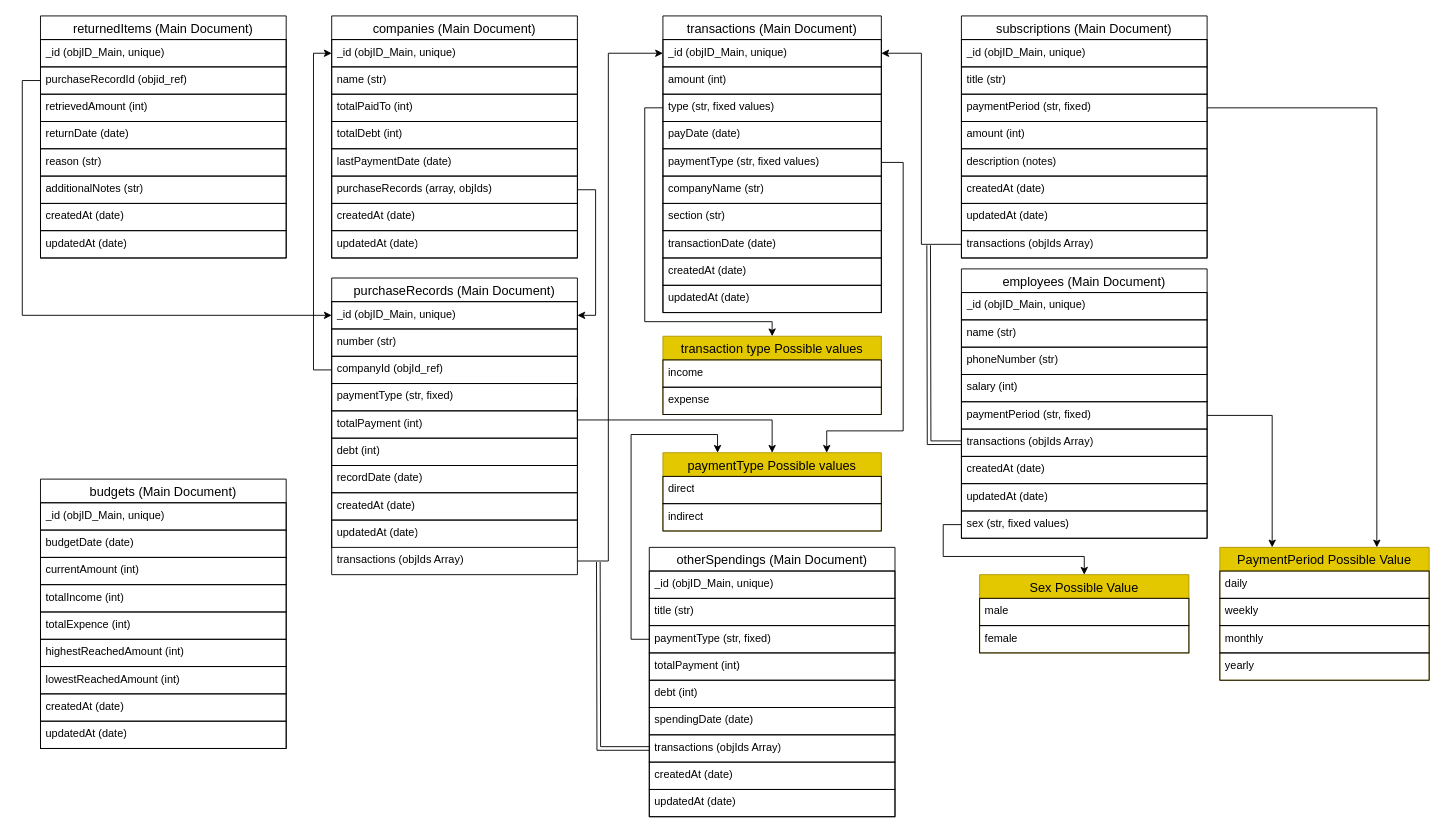
alifaisal101/shop-finances-manager keeps this draw.io diagram as docs/db.design.drawio. Above is the earlier version. Source tidied: cells renumbered, new cells numbered last; positions are measured from the earlier drawing's top-left corner, leaving out a move shared by most shapes. Both pictures are drawn from the tidied source at 91%, with x=0, y=0 at pixel (40, 15).
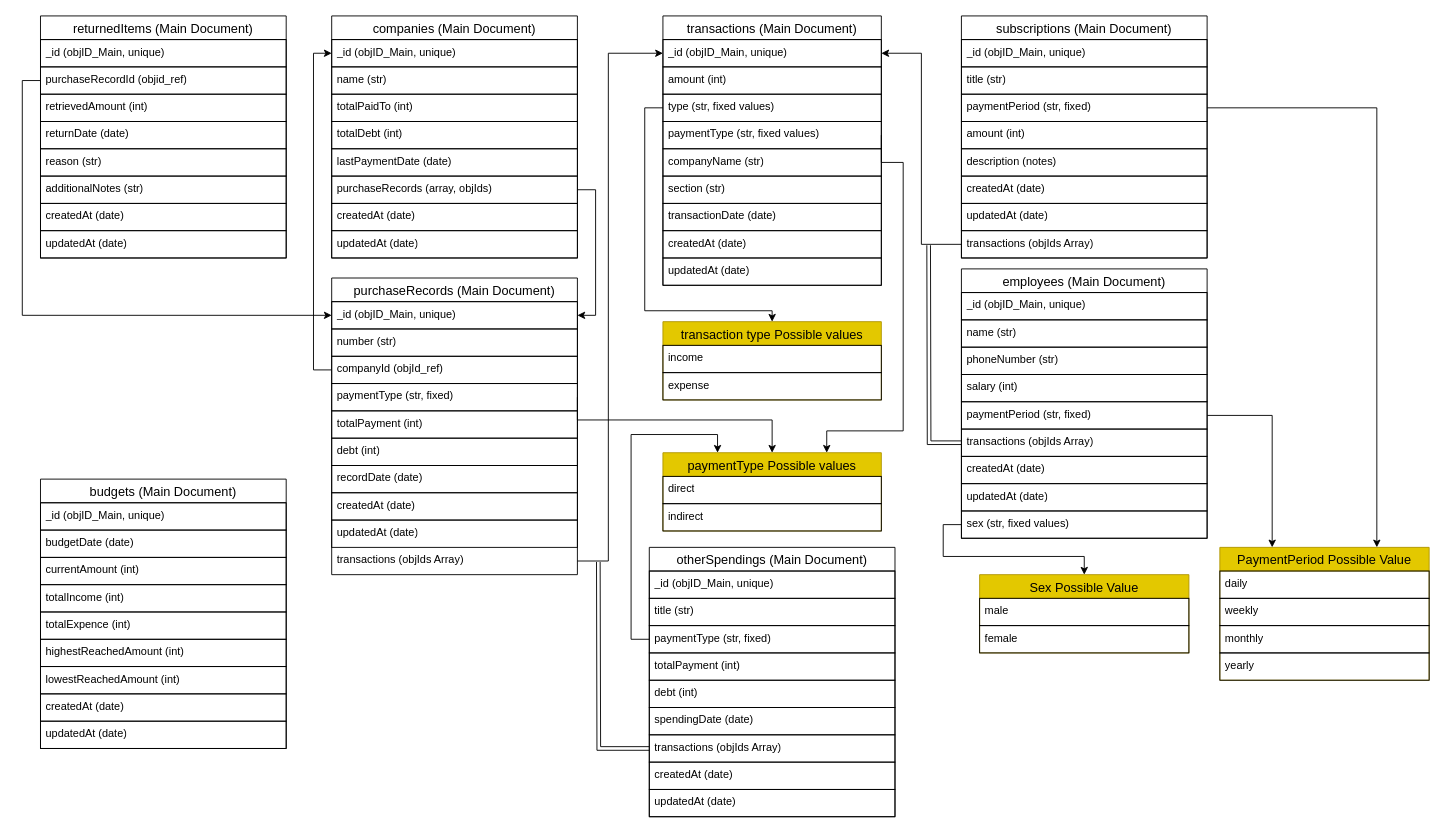
After the change.

Unchanged cells that the change refers to:
```xml
<mxCell id="16" value="type (str, fixed values)" style="text;strokeColor=default;fillColor=none;spacingLeft=4;spacingRight=4;overflow=hidden;points=[[0,0.5],[1,0.5]];portConstraint=eastwest;fontSize=12;whiteSpace=wrap;html=1;" parent="13" vertex="1">
  <mxGeometry y="86" width="240" height="30" as="geometry" />
</mxCell>
```

The edit, as a diff of the source:
```diff
@@
     <mxCell id="13" value="transactions (Main Document)" style="swimlane;fontStyle=0;horizontal=1;startSize=26;align=center;fontSize=14;" parent="1" vertex="1">
-      <mxGeometry x="684" width="240" height="326" as="geometry" />
+      <mxGeometry x="684" width="240" height="296" as="geometry" />
     </mxCell>
@@
-    <mxCell id="17" value="payDate (date)" style="text;strokeColor=default;fillColor=none;spacingLeft=4;spacingRight=4;overflow=hidden;fontSize=12;whiteSpace=wrap;html=1;" parent="13" vertex="1">
-      <mxGeometry y="116" width="240" height="30" as="geometry" />
-    </mxCell>
     <mxCell id="18" value="paymentType (str, fixed values)" style="text;strokeColor=default;fillColor=none;spacingLeft=4;spacingRight=4;overflow=hidden;points=[[0,0.5],[1,0.5]];portConstraint=eastwest;fontSize=12;whiteSpace=wrap;html=1;" parent="13" vertex="1">
-      <mxGeometry y="146" width="240" height="30" as="geometry" />
+      <mxGeometry y="116" width="240" height="30" as="geometry" />
     </mxCell>
     <mxCell id="19" value="companyName (str)" style="text;strokeColor=default;fillColor=none;spacingLeft=4;spacingRight=4;overflow=hidden;fontSize=12;whiteSpace=wrap;html=1;" parent="13" vertex="1">
-      <mxGeometry y="176" width="240" height="30" as="geometry" />
+      <mxGeometry y="146" width="240" height="30" as="geometry" />
     </mxCell>
     <mxCell id="20" value="section (str)" style="text;strokeColor=default;fillColor=none;spacingLeft=4;spacingRight=4;overflow=hidden;fontSize=12;whiteSpace=wrap;html=1;" parent="13" vertex="1">
-      <mxGeometry y="206" width="240" height="30" as="geometry" />
+      <mxGeometry y="176" width="240" height="30" as="geometry" />
     </mxCell>
     <mxCell id="21" value="transactionDate (date)" style="text;strokeColor=default;fillColor=none;spacingLeft=4;spacingRight=4;overflow=hidden;fontSize=12;whiteSpace=wrap;html=1;" parent="13" vertex="1">
-      <mxGeometry y="236" width="240" height="30" as="geometry" />
+      <mxGeometry y="206" width="240" height="30" as="geometry" />
     </mxCell>
     <mxCell id="22" value="createdAt (date)&amp;nbsp;" style="text;strokeColor=default;fillColor=none;spacingLeft=4;spacingRight=4;overflow=hidden;fontSize=12;whiteSpace=wrap;html=1;" parent="13" vertex="1">
-      <mxGeometry y="266" width="240" height="30" as="geometry" />
+      <mxGeometry y="236" width="240" height="30" as="geometry" />
     </mxCell>
     <mxCell id="23" value="updatedAt (date)" style="text;strokeColor=default;fillColor=none;spacingLeft=4;spacingRight=4;overflow=hidden;fontSize=12;whiteSpace=wrap;html=1;" parent="13" vertex="1">
-      <mxGeometry y="296" width="240" height="30" as="geometry" />
+      <mxGeometry y="266" width="240" height="30" as="geometry" />
     </mxCell>
@@
     <mxCell id="85" value="transaction type Possible values" style="swimlane;fontStyle=0;horizontal=1;startSize=26;align=center;fontSize=14;fillColor=#e3c800;strokeColor=#B09500;fontColor=#000000;" parent="1" vertex="1">
-      <mxGeometry x="684" y="352" width="240" height="86" as="geometry" />
+      <mxGeometry x="684" y="336" width="240" height="86" as="geometry" />
     </mxCell>
@@
     <mxCell id="106" style="edgeStyle=orthogonalEdgeStyle;rounded=0;jettySize=auto;html=1;exitX=0;exitY=0.5;exitDx=0;exitDy=0;entryX=0.5;entryY=0;entryDx=0;entryDy=0;" parent="1" edge="1" source="16" target="85">
       <mxGeometry relative="1" as="geometry">
         <Array as="points">
           <mxPoint x="664" y="101" />
-          <mxPoint x="664" y="336" />
-          <mxPoint x="804" y="336" />
+          <mxPoint x="664" y="324" />
+          <mxPoint x="804" y="324" />
         </Array>
       </mxGeometry>
     </mxCell>
```
